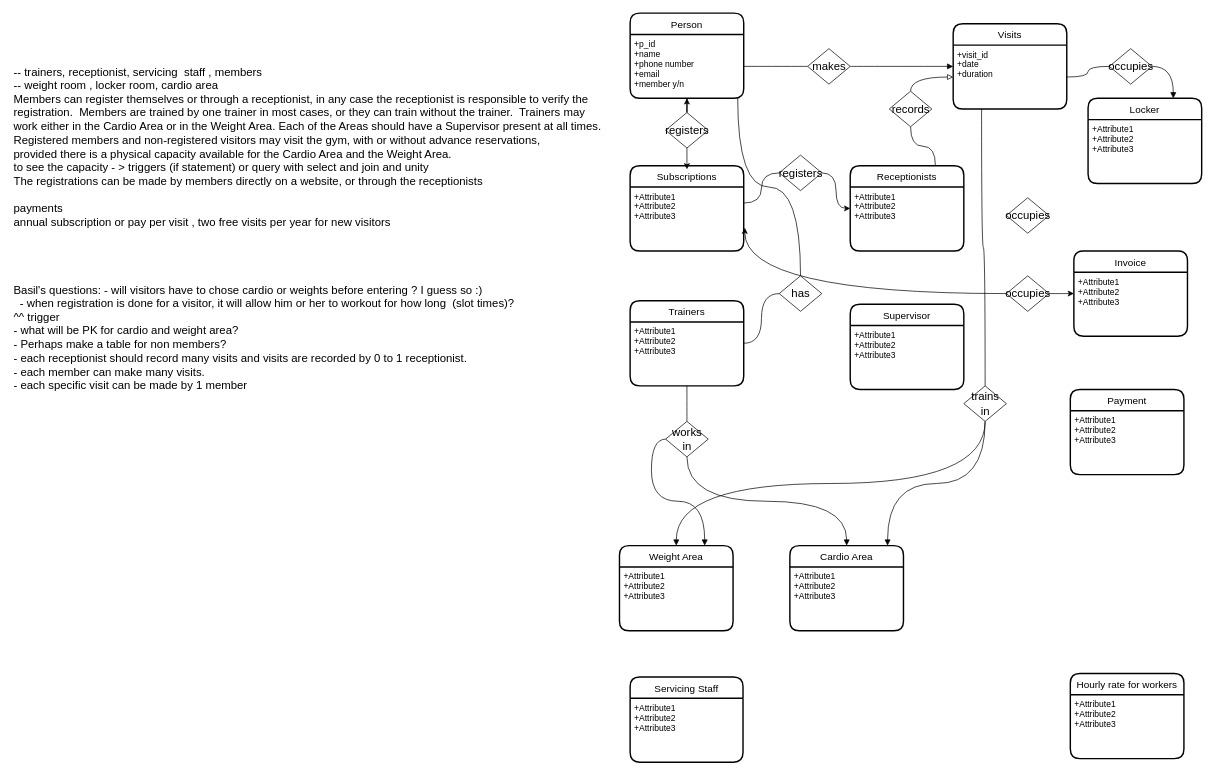
The draw.io diagram Gym_v2.drawio in gituser514/Diagram, before the edit. Source tidied: cells renumbered, new cells numbered last; positions are measured from the earlier drawing's top-left corner, leaving out a move shared by most shapes. Both pictures are drawn from the tidied source at 71%, with x=0, y=0 at pixel (12, 13).
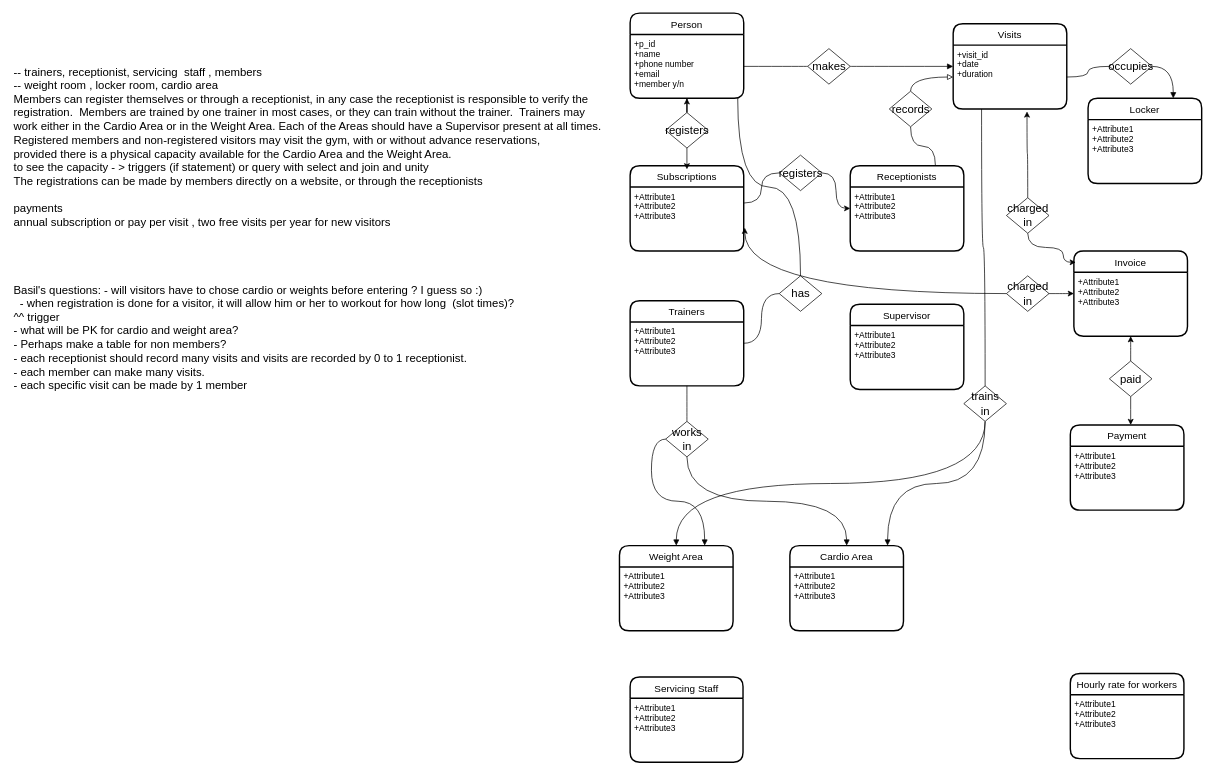
Above is the later version.

Unchanged cells that the change refers to:
```xml
<mxCell id="31" value="+visit_id&#10;+date&#10;+duration" style="align=left;strokeColor=none;fillColor=none;spacingLeft=4;fontSize=12;verticalAlign=top;" parent="30" vertex="1">
  <mxGeometry y="30" width="160" height="90" as="geometry" />
</mxCell>
<mxCell id="44" value="Invoice " style="swimlane;horizontal=1;startSize=30;rounded=1;fontSize=14;fontStyle=0;strokeWidth=2;shadow=0;dashed=0;align=center;" parent="1" vertex="1">
  <mxGeometry x="1495" y="335" width="160" height="120" as="geometry" />
</mxCell>
<mxCell id="45" value="+Attribute1&#10;+Attribute2&#10;+Attribute3" style="align=left;strokeColor=none;fillColor=none;spacingLeft=4;fontSize=12;verticalAlign=top;" parent="44" vertex="1">
  <mxGeometry y="30" width="160" height="90" as="geometry" />
</mxCell>
```

Change to the diagram source:
```diff
@@
     <mxCell id="46" value="Payment" style="swimlane;horizontal=1;startSize=30;rounded=1;fontSize=14;fontStyle=0;strokeWidth=2;shadow=0;dashed=0;align=center;" parent="1" vertex="1">
-      <mxGeometry x="1490" y="530" width="160" height="120" as="geometry" />
+      <mxGeometry x="1490" y="580" width="160" height="120" as="geometry" />
     </mxCell>
@@
+    <mxCell id="59" style="edgeStyle=orthogonalEdgeStyle;curved=1;rounded=0;jettySize=auto;html=1;entryX=0.65;entryY=1.039;entryDx=0;entryDy=0;entryPerimeter=0;" parent="1" edge="1" source="55" target="31">
+      <mxGeometry relative="1" as="geometry" />
+    </mxCell>
+    <mxCell id="60" style="edgeStyle=orthogonalEdgeStyle;curved=1;rounded=0;jettySize=auto;html=1;entryX=0.017;entryY=0.133;entryDx=0;entryDy=0;entryPerimeter=0;exitX=0.5;exitY=1;exitDx=0;exitDy=0;" parent="1" edge="1" source="55" target="44">
+      <mxGeometry relative="1" as="geometry">
+        <Array as="points">
+          <mxPoint x="1430" y="330" />
+          <mxPoint x="1480" y="330" />
+          <mxPoint x="1480" y="351" />
+        </Array>
+      </mxGeometry>
+    </mxCell>
-    <mxCell id="55" value="occupies " style="shape=rhombus;html=1;dashed=0;whitespace=wrap;perimeter=rhombusPerimeter;fontSize=16;" parent="1" vertex="1">
+    <mxCell id="55" value="&lt;div&gt;charged &lt;br&gt;&lt;/div&gt;&lt;div&gt;in&lt;/div&gt;" style="shape=rhombus;html=1;dashed=0;whitespace=wrap;perimeter=rhombusPerimeter;fontSize=16;" parent="1" vertex="1">
       <mxGeometry x="1400" y="260" width="60" height="50" as="geometry" />
     </mxCell>
@@
-    <mxCell id="58" value="occupies " style="shape=rhombus;html=1;dashed=0;whitespace=wrap;perimeter=rhombusPerimeter;fontSize=16;" parent="1" vertex="1">
+    <mxCell id="58" value="&lt;div&gt;charged &lt;br&gt;&lt;/div&gt;&lt;div&gt;in&lt;/div&gt;" style="shape=rhombus;html=1;dashed=0;whitespace=wrap;perimeter=rhombusPerimeter;fontSize=16;" parent="1" vertex="1">
       <mxGeometry x="1400" y="370" width="60" height="50" as="geometry" />
     </mxCell>
+    <mxCell id="61" style="edgeStyle=orthogonalEdgeStyle;curved=1;rounded=0;jettySize=auto;html=1;" parent="1" edge="1" source="63" target="45">
+      <mxGeometry relative="1" as="geometry" />
+    </mxCell>
+    <mxCell id="62" style="edgeStyle=orthogonalEdgeStyle;curved=1;rounded=0;jettySize=auto;html=1;" parent="1" edge="1" source="63">
+      <mxGeometry relative="1" as="geometry">
+        <mxPoint x="1575" y="580" as="targetPoint" />
+      </mxGeometry>
+    </mxCell>
+    <mxCell id="63" value="paid" style="shape=rhombus;html=1;dashed=0;whitespace=wrap;perimeter=rhombusPerimeter;fontSize=16;" parent="1" vertex="1">
+      <mxGeometry x="1545" y="490" width="60" height="50" as="geometry" />
+    </mxCell>
```
